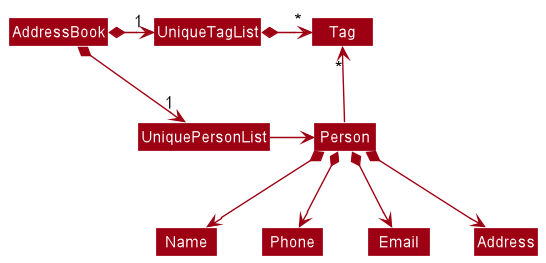
Above: docs/images/BetterModelClassDiagram.png in nus-cs2103-AY2223S1/tp (PlantUML), before the change.
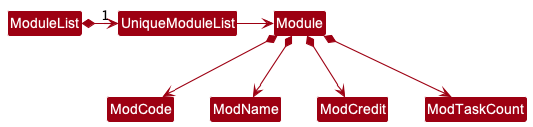
The same diagram one commit later.

The edit, as a diff of the source:
```diff
@@ -4,18 +4,12 @@
 skinparam arrowColor MODEL_COLOR
 skinparam classBackgroundColor MODEL_COLOR
 
-AddressBook *-right-> "1" UniquePersonList
-AddressBook *-right-> "1" UniqueTagList
-UniqueTagList -[hidden]down- UniquePersonList
-UniqueTagList -[hidden]down- UniquePersonList
+ModuleList *-right-> "1" UniqueModuleList
 
-UniqueTagList *-right-> "*" Tag
-UniquePersonList -right-> Person
+UniqueModuleList -right-> Module
 
-Person -up-> "*" Tag
-
-Person *--> Name
-Person *--> Phone
-Person *--> Email
-Person *--> Address
+Module *--> ModCode
+Module *--> ModName
+Module *--> ModCredit
+Module *--> ModTaskCount
 @enduml
```
